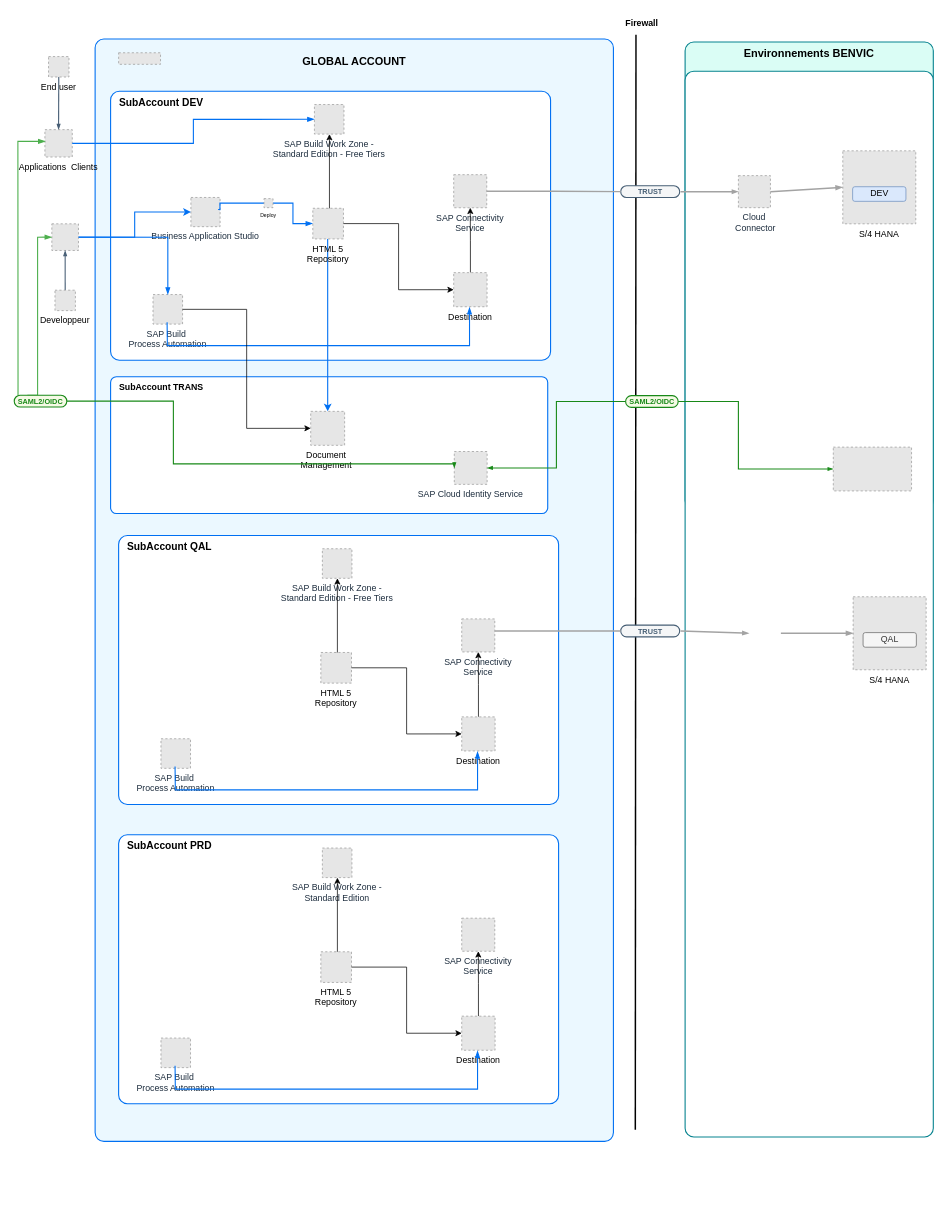
MikaPaP/ArchiWorkflow keeps this draw.io diagram as page "Page-1" (1 of 2) of Workflow.drawio. Above is the earlier version. Source tidied: cells renumbered, new cells numbered last; positions are measured from the earlier drawing's top-left corner, leaving out a move shared by most shapes. Both pictures are drawn from the tidied source at 73%, with x=0, y=0 at pixel (14, 12). Pictures stored in the file or linked from it are replaced by grey dashed boxes.
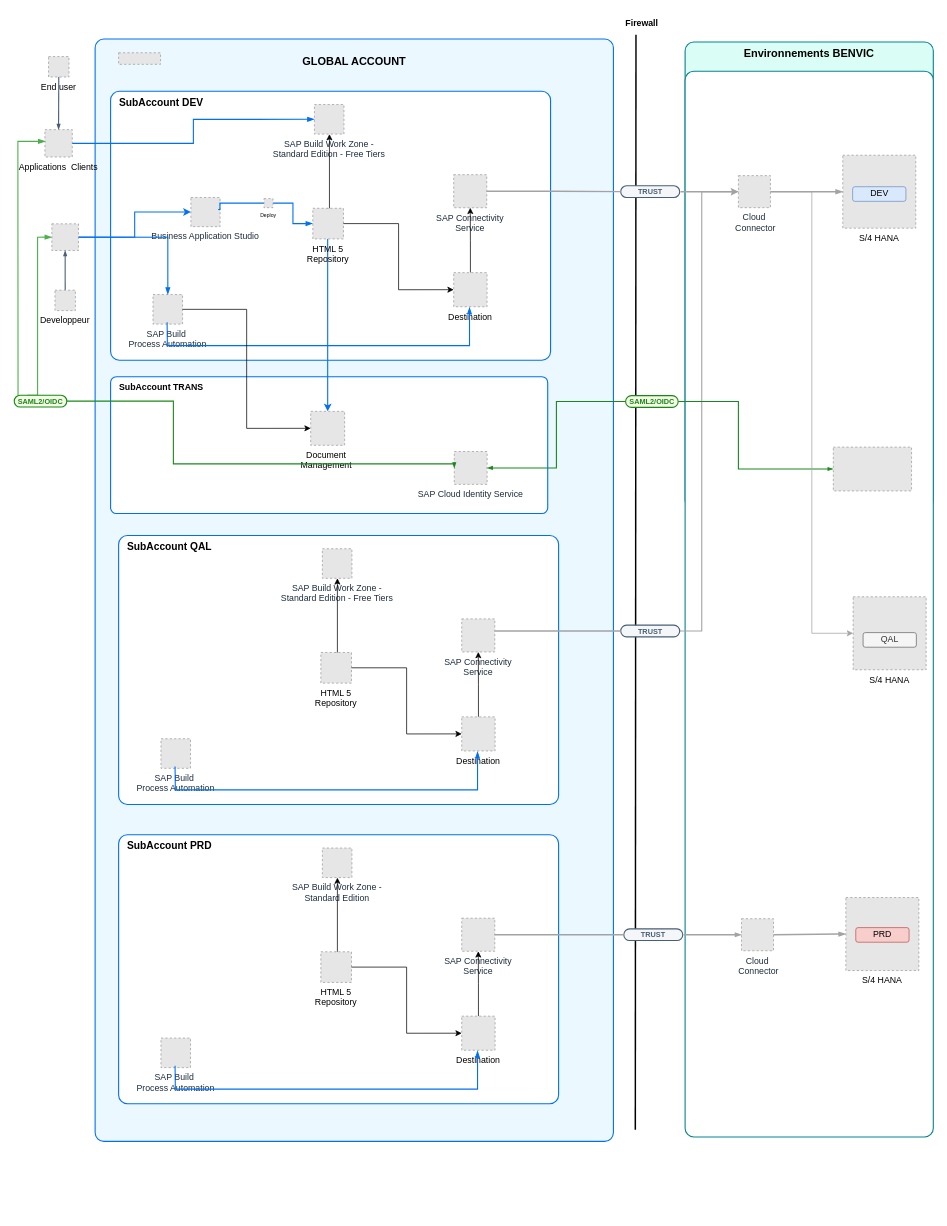
Above is the later version.

The change refers to these unchanged cells:
```xml
<mxCell id="7" style="group;arcSize=24;" parent="1" vertex="1">
  <mxGeometry x="110.8" y="36" width="1060" height="1610" as="geometry" />
</mxCell>
<mxCell id="15" value="Cloud&#10; Connector" style="fillColor=#E6E6E6;strokeColor=#999999;dashed=1;verticalLabelPosition=bottom;verticalAlign=top;fontStyle=0;fontSize=12;fontColor=#1D2D3E;" parent="7" vertex="1">
  <mxGeometry x="881.2" y="187.1" width="43.9" height="43.9" as="geometry" />
</mxCell>
<mxCell id="45" value="SAP Connectivity&#10;Service" style="fillColor=#E6E6E6;strokeColor=#999999;dashed=1;verticalLabelPosition=bottom;verticalAlign=top;fontStyle=0;fontSize=12;fontColor=#1D2D3E;" parent="7" vertex="1">
  <mxGeometry x="502.2" y="1204.3" width="45.3" height="45.3" as="geometry" />
</mxCell>
<mxCell id="54" value="&lt;p style=&quot;line-height: 114%;&quot;&gt;&lt;font color=&quot;#475f75&quot; size=&quot;1&quot;&gt;&lt;b style=&quot;&quot;&gt;TRUST&lt;/b&gt;&lt;/font&gt;&lt;/p&gt;" style="rounded=1;whiteSpace=wrap;html=1;arcSize=50;strokeColor=#475f75;fillColor=#f5f6f7;fontColor=#266f3a;strokeWidth=1.5;" parent="7" vertex="1">
  <mxGeometry x="720" y="802.9" width="80.8" height="16" as="geometry" />
</mxCell>
<mxCell id="74" value="S/4 HANA" style="fillColor=#E6E6E6;strokeColor=#999999;dashed=1;verticalLabelPosition=bottom;verticalAlign=top;" parent="1" vertex="1">
  <mxGeometry x="1149.2" y="800" width="100" height="100" as="geometry" />
</mxCell>
```

What changed in the source:
```diff
@@
     <mxCell id="5" value="S/4 HANA" style="fillColor=#E6E6E6;strokeColor=#999999;dashed=1;verticalLabelPosition=bottom;verticalAlign=top;" parent="1" vertex="1">
-      <mxGeometry x="1135" y="189.1" width="100" height="100" as="geometry" />
+      <mxGeometry x="1135" y="195.1" width="100" height="100" as="geometry" />
     </mxCell>
@@
+    <mxCell id="79" style="edgeStyle=orthogonalEdgeStyle;rounded=0;jettySize=auto;html=1;exitX=1;exitY=0.5;exitDx=0;exitDy=0;entryX=0;entryY=0.5;entryDx=0;entryDy=0;strokeColor=#A3A3A3;strokeWidth=1.5;" parent="7" edge="1" source="54" target="15">
+      <mxGeometry relative="1" as="geometry">
+        <Array as="points">
+          <mxPoint x="831" y="811" />
+          <mxPoint x="831" y="209" />
+        </Array>
+      </mxGeometry>
+    </mxCell>
@@
-    <mxCell id="76" style="endArrow=blockThin;html=1;rounded=0;strokeColor=#A3A3A3;strokeWidth=2;exitX=1.015;exitY=0.505;exitDx=0;exitDy=0;exitPerimeter=0;endFill=1;endSize=4;startSize=4;entryX=0;entryY=0.5;entryDx=0;entryDy=0;" parent="1" edge="1" source="54">
-      <mxGeometry relative="1" as="geometry">
-        <mxPoint x="1006.2" y="850" as="targetPoint" />
-      </mxGeometry>
-    </mxCell>
@@
-    <mxCell id="78" style="edgeStyle=none;rounded=0;jettySize=auto;html=1;fontColor=#BFBFBF;fontSize=13;strokeColor=#A3A3A3;endSize=5;strokeWidth=2;endArrow=blockThin;endFill=1;exitX=1;exitY=0.5;exitDx=0;exitDy=0;entryX=0;entryY=0.5;entryDx=0;entryDy=0;" parent="1" edge="1" target="74">
-      <mxGeometry relative="1" as="geometry">
-        <mxPoint x="1050.2" y="850" as="sourcePoint" />
-      </mxGeometry>
-    </mxCell>
+    <mxCell id="80" style="edgeStyle=orthogonalEdgeStyle;rounded=0;jettySize=auto;html=1;exitX=1;exitY=0.5;exitDx=0;exitDy=0;entryX=0;entryY=0.5;entryDx=0;entryDy=0;strokeColor=#A3A3A3;" parent="1" edge="1" source="15" target="74">
+      <mxGeometry relative="1" as="geometry" />
+    </mxCell>
+    <mxCell id="81" value="S/4 HANA" style="fillColor=#E6E6E6;strokeColor=#999999;dashed=1;verticalLabelPosition=bottom;verticalAlign=top;" parent="1" vertex="1">
+      <mxGeometry x="1139.2" y="1212" width="100" height="100" as="geometry" />
+    </mxCell>
+    <mxCell id="82" value="PRD" style="rounded=1;whiteSpace=wrap;html=1;fillColor=#f8cecc;strokeColor=#b85450;" parent="1" vertex="1">
+      <mxGeometry x="1152.8" y="1253.2" width="73" height="20" as="geometry" />
+    </mxCell>
+    <mxCell id="83" value="&lt;p style=&quot;line-height: 114%;&quot;&gt;&lt;font color=&quot;#475f75&quot; size=&quot;1&quot;&gt;&lt;b style=&quot;&quot;&gt;TRUST&lt;/b&gt;&lt;/font&gt;&lt;/p&gt;" style="rounded=1;whiteSpace=wrap;html=1;arcSize=50;strokeColor=#475f75;fillColor=#f5f6f7;fontColor=#266f3a;strokeWidth=1.5;" parent="1" vertex="1">
+      <mxGeometry x="835" y="1254.9" width="80.8" height="16" as="geometry" />
+    </mxCell>
+    <mxCell id="84" value="Cloud&#10; Connector" style="fillColor=#E6E6E6;strokeColor=#999999;dashed=1;verticalLabelPosition=bottom;verticalAlign=top;fontStyle=0;fontSize=12;fontColor=#1D2D3E;" parent="1" vertex="1">
+      <mxGeometry x="996.2" y="1241" width="43.9" height="43.9" as="geometry" />
+    </mxCell>
+    <mxCell id="85" style="endArrow=blockThin;html=1;rounded=0;strokeColor=#A3A3A3;strokeWidth=2;exitX=1.015;exitY=0.505;exitDx=0;exitDy=0;exitPerimeter=0;endFill=1;endSize=4;startSize=4;entryX=0;entryY=0.5;entryDx=0;entryDy=0;" parent="1" edge="1" source="83" target="84">
+      <mxGeometry relative="1" as="geometry" />
+    </mxCell>
+    <mxCell id="86" style="edgeStyle=orthogonalEdgeStyle;rounded=0;jettySize=auto;html=1;exitX=1;exitY=0.5;exitDx=0;exitDy=0;exitPerimeter=0;strokeColor=#A3A3A3;strokeWidth=2;endArrow=none;endFill=0;entryX=0;entryY=0.5;entryDx=0;entryDy=0;" parent="1" edge="1" source="45" target="83">
+      <mxGeometry relative="1" as="geometry" />
+    </mxCell>
+    <mxCell id="87" style="edgeStyle=none;rounded=0;jettySize=auto;html=1;fontColor=#BFBFBF;fontSize=13;strokeColor=#A3A3A3;endSize=5;strokeWidth=2;endArrow=blockThin;endFill=1;exitX=1;exitY=0.5;exitDx=0;exitDy=0;entryX=0;entryY=0.5;entryDx=0;entryDy=0;" parent="1" edge="1" source="84" target="81">
+      <mxGeometry relative="1" as="geometry" />
+    </mxCell>
```
